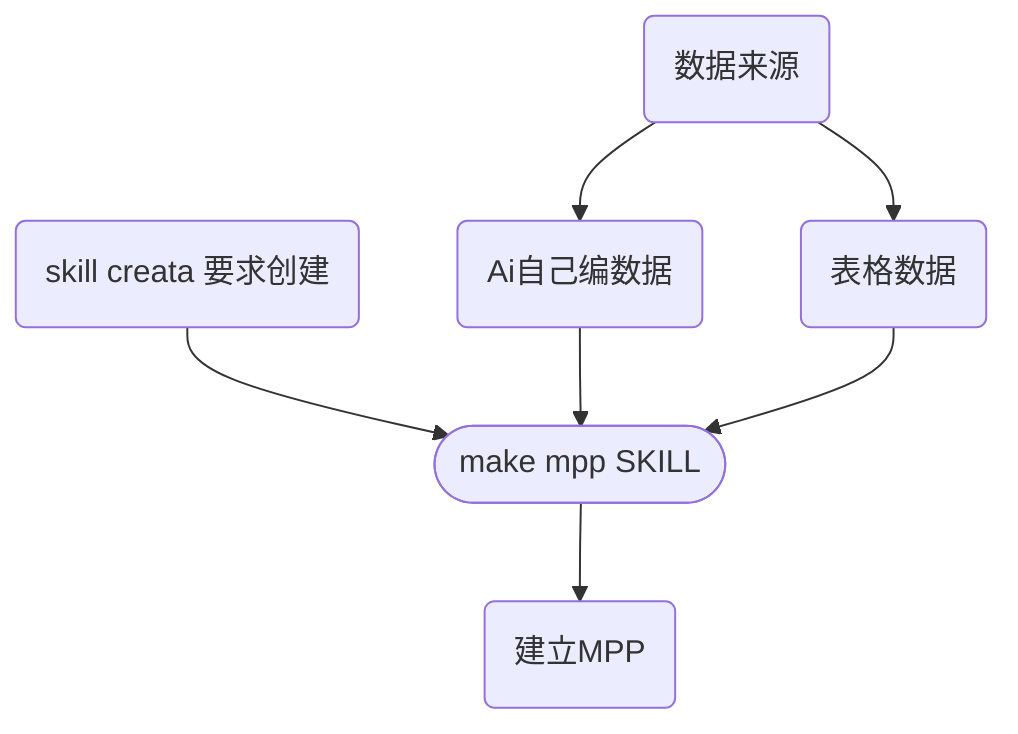
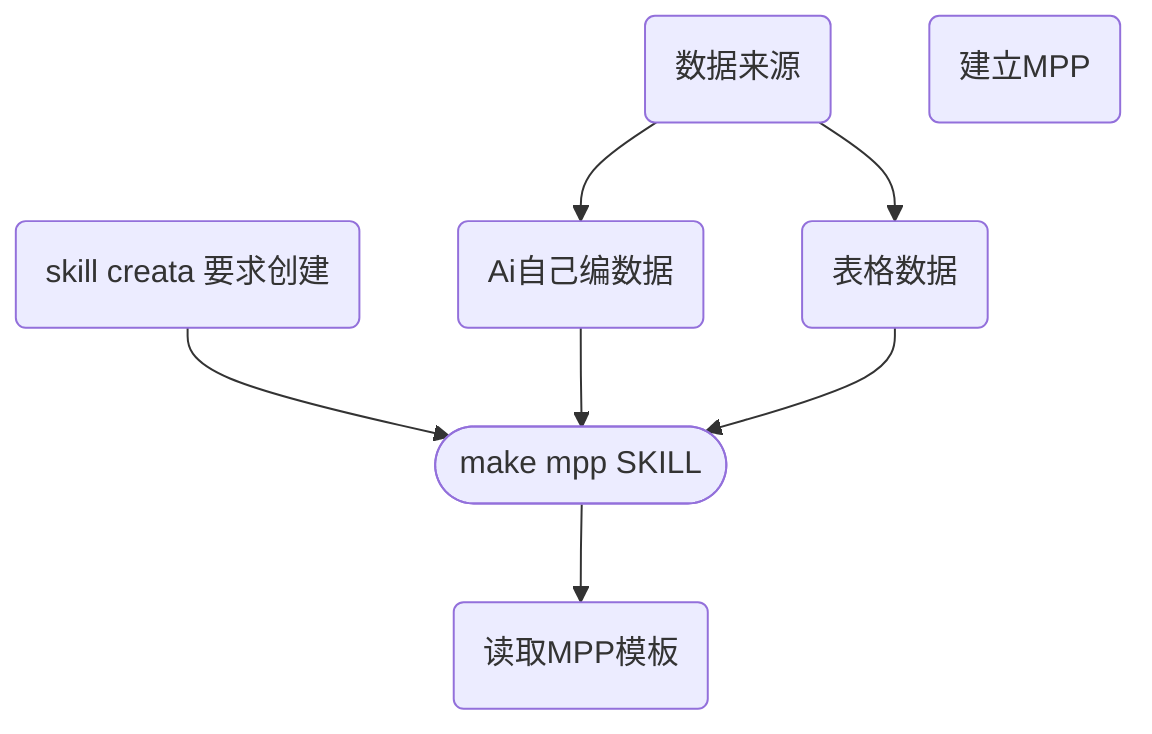
flowchart TD
  n_0(["make mpp SKILL"])
  n_1("数据来源")
  n_2("skill  creata 要求创建")
  n_3("Ai自己编数据")
  n_4("表格数据")
  n_5("建立MPP")
+   n_6("读取MPP模板")
  n_1 --> n_3
  n_1 --> n_4
  n_2 --> n_0
  n_3 --> n_0
  n_4 --> n_0
-   n_0 --> n_5
+   n_0 --> n_6
